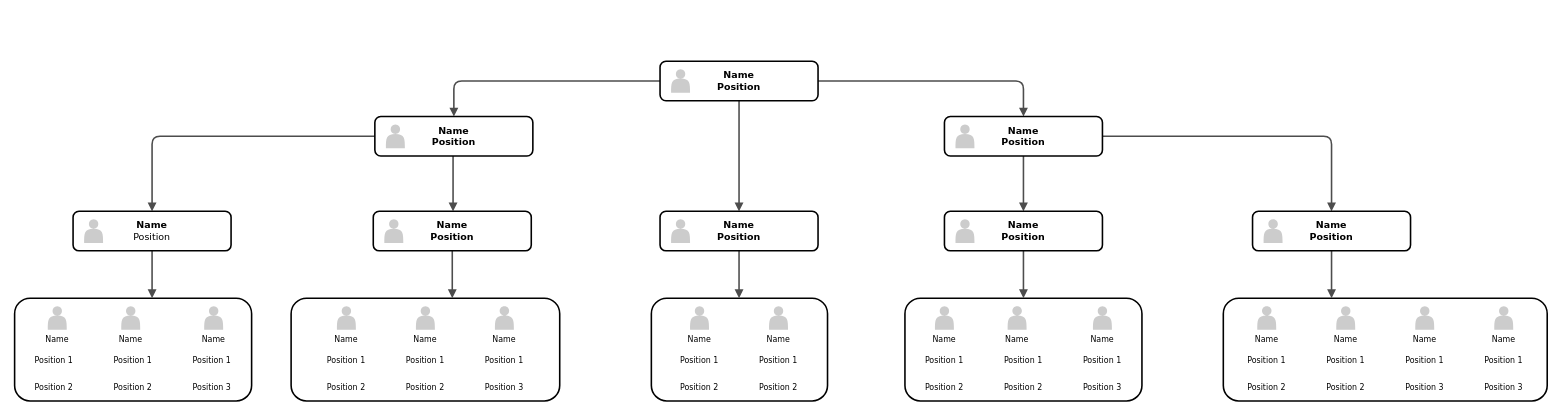
Before: Untitled Diagram.drawio in zzarr/Project3-design-diagram, a draw.io diagram. Source tidied: cells renumbered, new cells numbered last; positions are measured from the earlier drawing's top-left corner, leaving out a move shared by most shapes. Both pictures are drawn from the tidied source at 79%, with x=0, y=0 at pixel (14, 61). Pictures stored in the file or linked from it are replaced by grey dashed boxes.
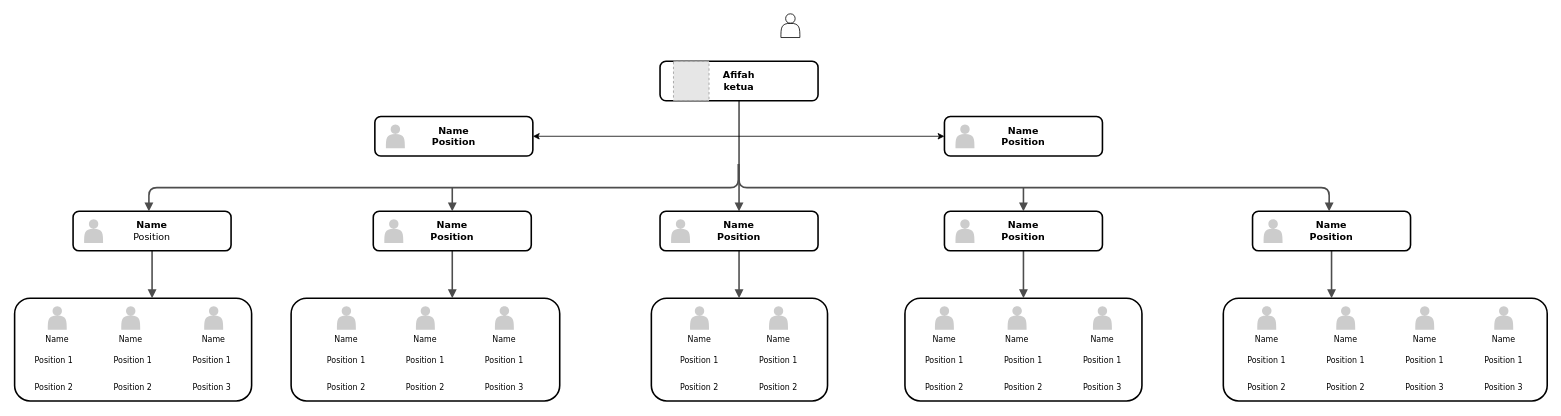
The same diagram, later.

Unchanged cells that the change refers to:
```xml
<mxCell id="64" value="&lt;span&gt;Name&lt;/span&gt;&lt;div&gt;&lt;span style=&quot;font-weight: normal&quot;&gt;Position&lt;/span&gt;&lt;/div&gt;" style="whiteSpace=wrap;html=1;rounded=1;shadow=0;comic=0;strokeWidth=2;fontFamily=Verdana;align=center;fontSize=12;fontStyle=1;" parent="1" vertex="1">
  <mxGeometry x="74" y="190" width="200" height="50" as="geometry" />
</mxCell>
<mxCell id="66" value="Name&lt;div&gt;&lt;span&gt;Position&lt;/span&gt;&lt;/div&gt;" style="whiteSpace=wrap;html=1;rounded=1;shadow=0;comic=0;strokeWidth=2;fontFamily=Verdana;align=center;fontSize=12;fontStyle=1;" parent="1" vertex="1">
  <mxGeometry x="456" y="70" width="200" height="50" as="geometry" />
</mxCell>
<mxCell id="68" value="Name&lt;div&gt;&lt;span&gt;Position&lt;/span&gt;&lt;/div&gt;" style="whiteSpace=wrap;html=1;rounded=1;shadow=0;comic=0;strokeWidth=2;fontFamily=Verdana;align=center;fontSize=12;fontStyle=1;" parent="1" vertex="1">
  <mxGeometry x="454" y="190" width="200" height="50" as="geometry" />
</mxCell>
<mxCell id="74" value="Name&lt;div&gt;&lt;span&gt;Position&lt;/span&gt;&lt;/div&gt;" style="whiteSpace=wrap;html=1;rounded=1;shadow=0;comic=0;strokeWidth=2;fontFamily=Verdana;align=center;fontSize=12;fontStyle=1;" parent="1" vertex="1">
  <mxGeometry x="1177" y="70" width="200" height="50" as="geometry" />
</mxCell>
<mxCell id="76" value="Name&lt;div&gt;&lt;span&gt;Position&lt;/span&gt;&lt;/div&gt;" style="whiteSpace=wrap;html=1;rounded=1;shadow=0;comic=0;strokeWidth=2;fontFamily=Verdana;align=center;fontSize=12;fontStyle=1;" parent="1" vertex="1">
  <mxGeometry x="1177" y="190" width="200" height="50" as="geometry" />
</mxCell>
<mxCell id="78" value="Name&lt;div&gt;&lt;span&gt;Position&lt;/span&gt;&lt;/div&gt;" style="whiteSpace=wrap;html=1;rounded=1;shadow=0;comic=0;strokeWidth=2;fontFamily=Verdana;align=center;fontSize=12;fontStyle=1;" parent="1" vertex="1">
  <mxGeometry x="1567" y="190" width="200" height="50" as="geometry" />
</mxCell>
```

Change to the diagram source:
```diff
@@
-    <mxCell id="20" style="edgeStyle=orthogonalEdgeStyle;rounded=1;html=1;labelBackgroundColor=none;endArrow=block;endFill=1;strokeColor=#4D4D4D;strokeWidth=2;fontFamily=Verdana;fontSize=12;fontStyle=1;" parent="1" edge="1" source="72" target="66">
-      <mxGeometry relative="1" as="geometry" />
-    </mxCell>
-    <mxCell id="21" style="edgeStyle=orthogonalEdgeStyle;rounded=1;html=1;labelBackgroundColor=none;endArrow=block;endFill=1;strokeColor=#4D4D4D;strokeWidth=2;fontFamily=Verdana;fontSize=12;fontStyle=1;" parent="1" edge="1" source="72" target="74">
-      <mxGeometry relative="1" as="geometry" />
-    </mxCell>
-    <mxCell id="22" style="edgeStyle=elbowEdgeStyle;rounded=1;html=1;labelBackgroundColor=none;endArrow=block;endFill=1;strokeColor=#4D4D4D;strokeWidth=2;fontFamily=Verdana;fontSize=12;fontStyle=1;" parent="1" edge="1" source="66" target="68">
-      <mxGeometry relative="1" as="geometry" />
-    </mxCell>
-    <mxCell id="23" style="edgeStyle=orthogonalEdgeStyle;rounded=1;html=1;labelBackgroundColor=none;endArrow=block;endFill=1;strokeColor=#4D4D4D;strokeWidth=2;fontFamily=Verdana;fontSize=12;fontStyle=1;" parent="1" edge="1" source="66" target="64">
-      <mxGeometry relative="1" as="geometry" />
-    </mxCell>
-    <mxCell id="24" style="edgeStyle=orthogonalEdgeStyle;rounded=1;html=1;labelBackgroundColor=none;endArrow=block;endFill=1;strokeColor=#4D4D4D;strokeWidth=2;fontFamily=Verdana;fontSize=12;fontStyle=1;" parent="1" edge="1" source="74" target="78">
-      <mxGeometry relative="1" as="geometry" />
-    </mxCell>
-    <mxCell id="25" style="edgeStyle=orthogonalEdgeStyle;rounded=1;html=1;labelBackgroundColor=none;endArrow=block;endFill=1;strokeColor=#4D4D4D;strokeWidth=2;fontFamily=Verdana;fontSize=12;fontStyle=1;" parent="1" edge="1" source="74" target="76">
-      <mxGeometry relative="1" as="geometry" />
-    </mxCell>
@@
-    <mxCell id="72" value="Name&lt;div&gt;&lt;span&gt;Position&lt;/span&gt;&lt;/div&gt;" style="whiteSpace=wrap;html=1;rounded=1;shadow=0;comic=0;strokeWidth=2;fontFamily=Verdana;align=center;fontSize=12;fontStyle=1;" parent="1" vertex="1">
+    <mxCell id="72" value="&lt;div&gt;&lt;span&gt;Afifah&lt;/span&gt;&lt;/div&gt;&lt;div&gt;ketua&lt;/div&gt;" style="whiteSpace=wrap;html=1;rounded=1;shadow=0;comic=0;strokeWidth=2;fontFamily=Verdana;align=center;fontSize=12;fontStyle=1;" parent="1" vertex="1">
       <mxGeometry x="817" width="200" height="50" as="geometry" />
     </mxCell>
-    <mxCell id="73" style="shape=actor;whiteSpace=wrap;html=1;rounded=0;shadow=0;comic=0;strokeWidth=1;fillColor=#CCCCCC;fontFamily=Verdana;align=center;strokeColor=none;fontSize=12;fontStyle=1;" parent="1" vertex="1">
-      <mxGeometry x="831" y="10" width="24" height="30" as="geometry" />
+    <mxCell id="73" style="shape=actor;whiteSpace=wrap;html=1;rounded=0;shadow=0;comic=0;strokeWidth=1;fillColor=none;fontFamily=Verdana;align=center;fontSize=12;fontStyle=1;" parent="1" vertex="1">
+      <mxGeometry x="970" y="-60" width="24" height="30" as="geometry" />
     </mxCell>
@@
+    <mxCell id="80" style="endArrow=classic;startArrow=classic;html=1;rounded=0;entryX=0;entryY=0.5;entryDx=0;entryDy=0;exitX=1;exitY=0.5;exitDx=0;exitDy=0;" parent="1" edge="1" source="66" target="74">
+      <mxGeometry relative="1" as="geometry" />
+    </mxCell>
+    <mxCell id="81" style="edgeStyle=elbowEdgeStyle;rounded=1;html=1;labelBackgroundColor=none;endArrow=block;endFill=1;strokeColor=#4D4D4D;strokeWidth=2;fontFamily=Verdana;fontSize=10;elbow=vertical;entryX=0.5;entryY=0;entryDx=0;entryDy=0;" parent="1" edge="1">
+      <mxGeometry relative="1" as="geometry">
+        <mxPoint x="916" y="130" as="sourcePoint" />
+        <mxPoint x="170" y="190" as="targetPoint" />
+      </mxGeometry>
+    </mxCell>
+    <mxCell id="82" style="rounded=1;html=1;labelBackgroundColor=none;endArrow=block;endFill=1;strokeColor=#4D4D4D;strokeWidth=2;fontFamily=Verdana;fontSize=10;entryX=0.5;entryY=0;entryDx=0;entryDy=0;" parent="1" edge="1" target="68">
+      <mxGeometry relative="1" as="geometry">
+        <mxPoint x="554" y="160" as="sourcePoint" />
+      </mxGeometry>
+    </mxCell>
+    <mxCell id="83" style="rounded=1;html=1;labelBackgroundColor=none;endArrow=block;endFill=1;strokeColor=#4D4D4D;strokeWidth=2;fontFamily=Verdana;fontSize=10;entryX=0.5;entryY=0;entryDx=0;entryDy=0;" parent="1" edge="1" target="76">
+      <mxGeometry relative="1" as="geometry">
+        <mxPoint x="1277" y="160" as="sourcePoint" />
+      </mxGeometry>
+    </mxCell>
+    <mxCell id="84" style="edgeStyle=elbowEdgeStyle;rounded=1;html=1;labelBackgroundColor=none;endArrow=block;endFill=1;strokeColor=#4D4D4D;strokeWidth=2;fontFamily=Verdana;fontSize=10;elbow=vertical;entryX=0.5;entryY=0;entryDx=0;entryDy=0;" parent="1" edge="1">
+      <mxGeometry relative="1" as="geometry">
+        <mxPoint x="917" y="130" as="sourcePoint" />
+        <mxPoint x="1664" y="190" as="targetPoint" />
+      </mxGeometry>
+    </mxCell>
+    <mxCell id="85" style="fillColor=#E6E6E6;strokeColor=#999999;dashed=1;verticalLabelPosition=bottom;labelBackgroundColor=default;verticalAlign=top;" parent="1" vertex="1">
+      <mxGeometry x="834" width="45" height="50" as="geometry" />
+    </mxCell>
```
